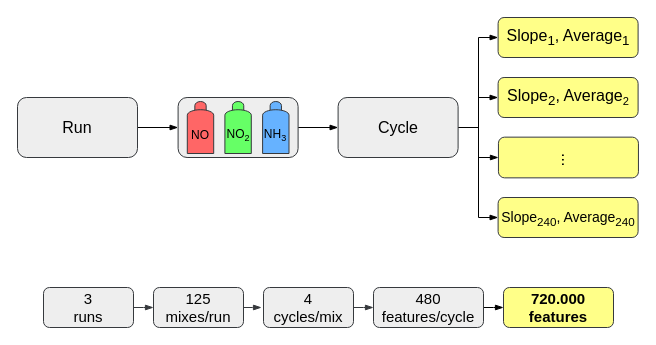
This is page "features" (2 of 5) of figures/thesis.drawio from cosmourao/thesis, a draw.io file, before an edit. Source tidied: cells renumbered, new cells numbered last; positions are measured from the earlier drawing's top-left corner, leaving out a move shared by most shapes. Both pictures are drawn from the tidied source at 100%, with x=0, y=0 at pixel (17, 17).
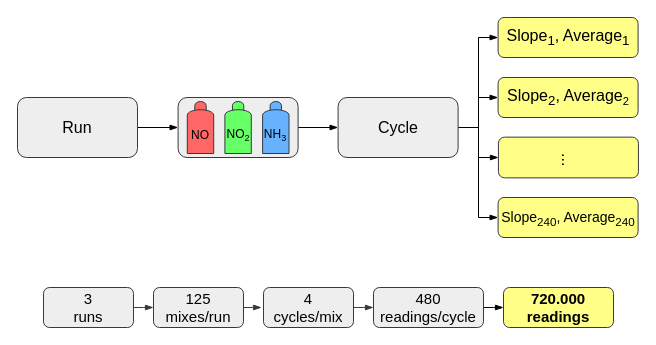
Above is the later version.

Diff of the diagram source:
```diff
@@
-    <mxCell id="22" value="&lt;font style=&quot;font-size: 15px&quot;&gt;&lt;b&gt;720.000&lt;br style=&quot;font-size: 15px&quot;&gt;features&lt;/b&gt;&lt;br style=&quot;font-size: 15px&quot;&gt;&lt;/font&gt;" style="text;html=1;strokeColor=#36393d;align=center;verticalAlign=middle;whiteSpace=wrap;rounded=1;shadow=0;glass=0;sketch=0;fontSize=15;fillColor=#ffff88;strokeWidth=1;" parent="1" vertex="1">
+    <mxCell id="22" value="&lt;font style=&quot;font-size: 15px&quot;&gt;&lt;b&gt;720.000&lt;br style=&quot;font-size: 15px&quot;&gt;readings&lt;/b&gt;&lt;br style=&quot;font-size: 15px&quot;&gt;&lt;/font&gt;" style="text;html=1;strokeColor=#36393d;align=center;verticalAlign=middle;whiteSpace=wrap;rounded=1;shadow=0;glass=0;sketch=0;fontSize=15;fillColor=#ffff88;strokeWidth=1;" parent="1" vertex="1">
       <mxGeometry x="486" y="270" width="110" height="40" as="geometry" />
     </mxCell>
@@
-    <mxCell id="30" value="480 &lt;br&gt;features/cycle" style="text;html=1;strokeColor=#36393d;fillColor=#eeeeee;align=center;verticalAlign=middle;whiteSpace=wrap;rounded=1;shadow=0;glass=0;sketch=0;fontSize=15;strokeWidth=1;" parent="1" vertex="1">
+    <mxCell id="30" value="480 &lt;br&gt;readings/cycle" style="text;html=1;strokeColor=#36393d;fillColor=#eeeeee;align=center;verticalAlign=middle;whiteSpace=wrap;rounded=1;shadow=0;glass=0;sketch=0;fontSize=15;strokeWidth=1;" parent="1" vertex="1">
       <mxGeometry x="356" y="270" width="110" height="40" as="geometry" />
     </mxCell>
```
